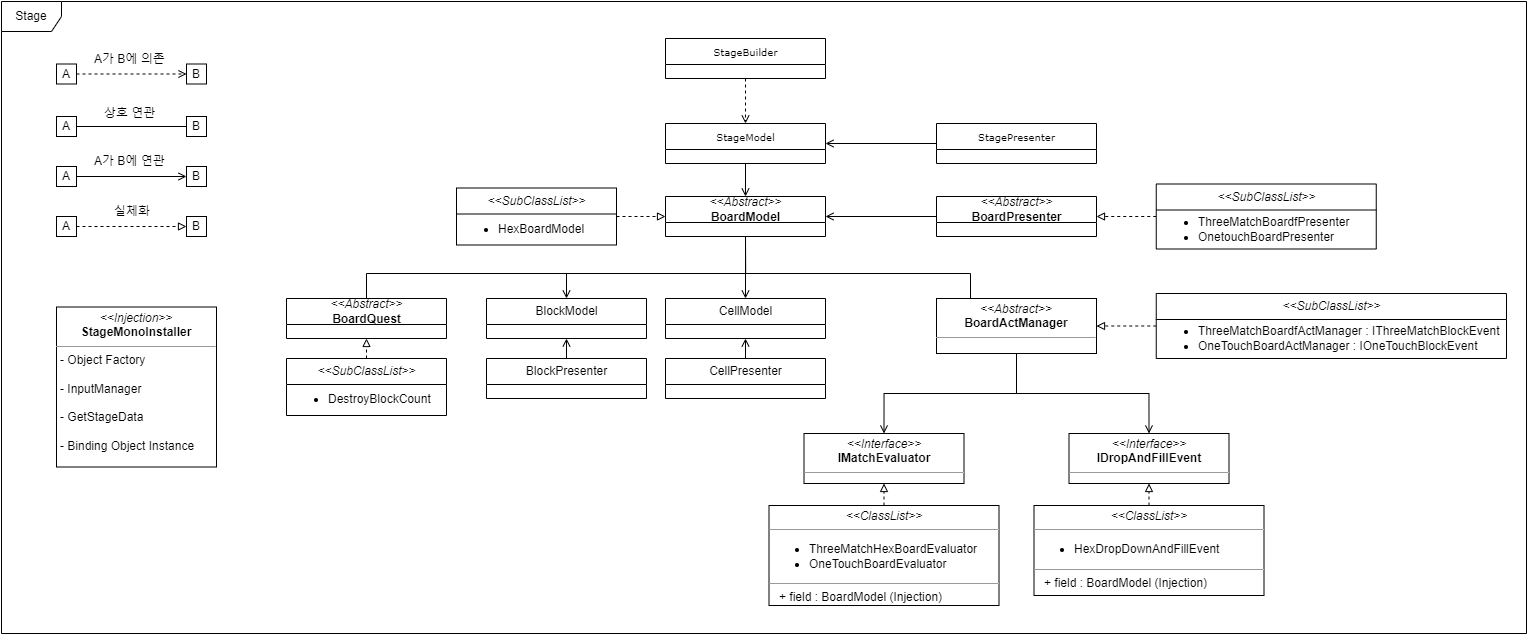
This is UML/CubicPuzzle_Stage.png from hns17/Sample_CubicPuzzle, a draw.io export, as it was before one commit. Source tidied: cells renumbered, new cells last; positions are measured from the earlier drawing's top-left corner, leaving out a move shared by most shapes.
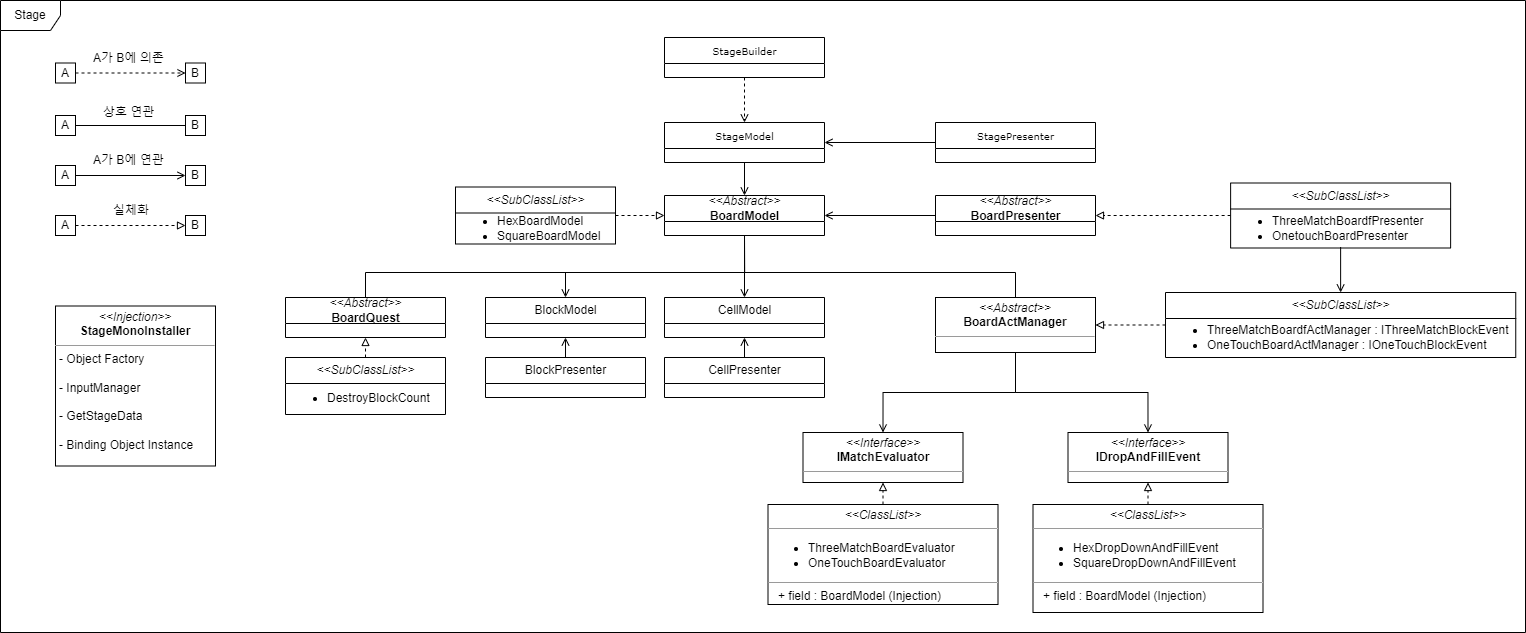
After the change.

What changed in the source:
```diff
@@ -26,7 +26,7 @@
       <mxGeometry relative="1" as="geometry">
         <Array as="points">
           <mxPoint x="744" y="272" />
-          <mxPoint x="969" y="272" />
+          <mxPoint x="1015" y="272" />
         </Array>
       </mxGeometry>
     </mxCell>
@@ -161,14 +161,14 @@
     <mxCell id="49" value="&lt;i style=&quot;font-family: Helvetica; font-size: 12px;&quot;&gt;&amp;lt;&amp;lt;SubClassList&amp;gt;&amp;gt;&lt;/i&gt;" style="swimlane;html=1;fontStyle=0;horizontal=1;startSize=26;fillColor=none;swimlaneFillColor=#ffffff;rounded=0;shadow=0;comic=0;labelBackgroundColor=none;strokeWidth=1;fontFamily=Verdana;fontSize=10;align=center;" parent="1" vertex="1">
       <mxGeometry x="455" y="186.5" width="160" height="57" as="geometry" />
     </mxCell>
-    <mxCell id="50" value="&lt;ul&gt;&lt;li&gt;HexBoardModel&lt;/li&gt;&lt;/ul&gt;" style="text;html=1;strokeColor=none;fillColor=none;align=left;verticalAlign=middle;whiteSpace=wrap;rounded=0;" parent="49" vertex="1">
+    <mxCell id="50" value="&lt;ul&gt;&lt;li&gt;HexBoardModel&lt;/li&gt;&lt;li&gt;SquareBoardModel&lt;/li&gt;&lt;/ul&gt;" style="text;html=1;strokeColor=none;fillColor=none;align=left;verticalAlign=middle;whiteSpace=wrap;rounded=0;" parent="49" vertex="1">
       <mxGeometry y="26" width="160" height="30" as="geometry" />
     </mxCell>
     <mxCell id="51" style="edgeStyle=orthogonalEdgeStyle;rounded=0;jettySize=auto;html=1;dashed=1;endArrow=block;endFill=0;strokeColor=default;" parent="1" edge="1" source="52" target="12">
       <mxGeometry relative="1" as="geometry" />
     </mxCell>
     <mxCell id="52" value="&lt;i style=&quot;font-family: Helvetica; font-size: 12px;&quot;&gt;&amp;lt;&amp;lt;SubClassList&amp;gt;&amp;gt;&lt;/i&gt;" style="swimlane;html=1;fontStyle=0;horizontal=1;startSize=26;fillColor=none;swimlaneFillColor=#ffffff;rounded=0;shadow=0;comic=0;labelBackgroundColor=none;strokeWidth=1;fontFamily=Verdana;fontSize=10;align=center;" parent="1" vertex="1">
-      <mxGeometry x="1154.8" y="182.5" width="220" height="65" as="geometry" />
+      <mxGeometry x="1230.1" y="182.5" width="220" height="65" as="geometry" />
     </mxCell>
     <mxCell id="53" value="&lt;ul&gt;&lt;li&gt;ThreeMatchBoardfPresenter&lt;/li&gt;&lt;li&gt;OnetouchBoardPresenter&lt;/li&gt;&lt;/ul&gt;" style="text;html=1;strokeColor=none;fillColor=none;align=left;verticalAlign=middle;whiteSpace=wrap;rounded=0;" parent="52" vertex="1">
       <mxGeometry y="26" width="220" height="38" as="geometry" />
@@ -177,16 +177,16 @@
       <mxGeometry relative="1" as="geometry" />
     </mxCell>
     <mxCell id="55" value="&lt;i style=&quot;font-family: Helvetica; font-size: 12px;&quot;&gt;&amp;lt;&amp;lt;SubClassList&amp;gt;&amp;gt;&lt;/i&gt;" style="swimlane;html=1;fontStyle=0;horizontal=1;startSize=26;fillColor=none;swimlaneFillColor=#ffffff;rounded=0;shadow=0;comic=0;labelBackgroundColor=none;strokeWidth=1;fontFamily=Verdana;fontSize=10;align=center;" parent="1" vertex="1">
-      <mxGeometry x="1154.8" y="292" width="350.2" height="65" as="geometry" />
+      <mxGeometry x="1165" y="292" width="350.2" height="65" as="geometry" />
     </mxCell>
     <mxCell id="56" value="&lt;ul&gt;&lt;li&gt;ThreeMatchBoardfActManager : IThreeMatchBlockEvent&lt;/li&gt;&lt;li&gt;OneTouchBoardActManager : IOneTouchBlockEvent&lt;/li&gt;&lt;/ul&gt;" style="text;html=1;strokeColor=none;fillColor=none;align=left;verticalAlign=middle;whiteSpace=wrap;rounded=0;" parent="55" vertex="1">
       <mxGeometry y="26" width="350.2" height="38" as="geometry" />
     </mxCell>
-    <mxCell id="57" value="&lt;p style=&quot;margin:0px;margin-top:4px;text-align:center;&quot;&gt;&lt;i&gt;&amp;lt;&amp;lt;ClassList&amp;gt;&amp;gt;&lt;/i&gt;&lt;/p&gt;&lt;hr size=&quot;1&quot;&gt;&lt;p style=&quot;margin:0px;margin-left:4px;&quot;&gt;&lt;/p&gt;&lt;ul&gt;&lt;li&gt;ThreeMatchHexBoardEvaluator&lt;/li&gt;&lt;li&gt;OneTouchBoardEvaluator&lt;/li&gt;&lt;/ul&gt;&lt;p&gt;&lt;/p&gt;&lt;hr size=&quot;1&quot;&gt;&lt;p style=&quot;margin:0px;margin-left:4px;&quot;&gt;&lt;/p&gt;&amp;nbsp; &amp;nbsp;+ field : BoardModel (Injection)&lt;br&gt;&lt;p&gt;&lt;/p&gt;" style="verticalAlign=top;align=left;overflow=fill;fontSize=12;fontFamily=Helvetica;html=1;" parent="1" vertex="1">
+    <mxCell id="57" value="&lt;p style=&quot;margin:0px;margin-top:4px;text-align:center;&quot;&gt;&lt;i&gt;&amp;lt;&amp;lt;ClassList&amp;gt;&amp;gt;&lt;/i&gt;&lt;/p&gt;&lt;hr size=&quot;1&quot;&gt;&lt;p style=&quot;margin:0px;margin-left:4px;&quot;&gt;&lt;/p&gt;&lt;ul&gt;&lt;li&gt;ThreeMatchBoardEvaluator&lt;/li&gt;&lt;li&gt;OneTouchBoardEvaluator&lt;/li&gt;&lt;/ul&gt;&lt;p&gt;&lt;/p&gt;&lt;hr size=&quot;1&quot;&gt;&lt;p style=&quot;margin:0px;margin-left:4px;&quot;&gt;&lt;/p&gt;&amp;nbsp; &amp;nbsp;+ field : BoardModel (Injection)&lt;br&gt;&lt;p&gt;&lt;/p&gt;" style="verticalAlign=top;align=left;overflow=fill;fontSize=12;fontFamily=Helvetica;html=1;" parent="1" vertex="1">
       <mxGeometry x="767.5" y="504" width="230" height="100" as="geometry" />
     </mxCell>
-    <mxCell id="58" value="&lt;p style=&quot;margin:0px;margin-top:4px;text-align:center;&quot;&gt;&lt;i&gt;&amp;lt;&amp;lt;ClassList&amp;gt;&amp;gt;&lt;/i&gt;&lt;/p&gt;&lt;hr size=&quot;1&quot;&gt;&lt;p style=&quot;margin:0px;margin-left:4px;&quot;&gt;&lt;/p&gt;&lt;ul&gt;&lt;li&gt;HexDropDownAndFillEvent&lt;br&gt;&lt;/li&gt;&lt;/ul&gt;&lt;p&gt;&lt;/p&gt;&lt;hr size=&quot;1&quot;&gt;&lt;p style=&quot;margin:0px;margin-left:4px;&quot;&gt;&lt;/p&gt;&amp;nbsp; &amp;nbsp;+ field : BoardModel (Injection)&lt;br&gt;&lt;p&gt;&lt;/p&gt;" style="verticalAlign=top;align=left;overflow=fill;fontSize=12;fontFamily=Helvetica;html=1;" parent="1" vertex="1">
-      <mxGeometry x="1032.5" y="504" width="230" height="90" as="geometry" />
+    <mxCell id="58" value="&lt;p style=&quot;margin:0px;margin-top:4px;text-align:center;&quot;&gt;&lt;i&gt;&amp;lt;&amp;lt;ClassList&amp;gt;&amp;gt;&lt;/i&gt;&lt;/p&gt;&lt;hr size=&quot;1&quot;&gt;&lt;p style=&quot;margin:0px;margin-left:4px;&quot;&gt;&lt;/p&gt;&lt;ul&gt;&lt;li&gt;HexDropDownAndFillEvent&lt;br&gt;&lt;/li&gt;&lt;li&gt;SquareDropDownAndFillEvent&lt;/li&gt;&lt;/ul&gt;&lt;p&gt;&lt;/p&gt;&lt;hr size=&quot;1&quot;&gt;&lt;p style=&quot;margin:0px;margin-left:4px;&quot;&gt;&lt;/p&gt;&amp;nbsp; &amp;nbsp;+ field : BoardModel (Injection)&lt;br&gt;&lt;p&gt;&lt;/p&gt;" style="verticalAlign=top;align=left;overflow=fill;fontSize=12;fontFamily=Helvetica;html=1;" parent="1" vertex="1">
+      <mxGeometry x="1032.5" y="504" width="230" height="108" as="geometry" />
     </mxCell>
     <mxCell id="59" value="&lt;i style=&quot;font-family: Helvetica; font-size: 12px;&quot;&gt;&amp;lt;&amp;lt;SubClassList&amp;gt;&amp;gt;&lt;/i&gt;" style="swimlane;html=1;fontStyle=0;horizontal=1;startSize=26;fillColor=none;swimlaneFillColor=#ffffff;rounded=0;shadow=0;comic=0;labelBackgroundColor=none;strokeWidth=1;fontFamily=Verdana;fontSize=10;align=center;" parent="1" vertex="1">
       <mxGeometry x="285" y="357" width="160" height="57" as="geometry" />
@@ -194,5 +194,8 @@
     <mxCell id="60" value="&lt;ul&gt;&lt;li&gt;DestroyBlockCount&lt;/li&gt;&lt;/ul&gt;" style="text;html=1;strokeColor=none;fillColor=none;align=left;verticalAlign=middle;whiteSpace=wrap;rounded=0;" parent="59" vertex="1">
       <mxGeometry y="26" width="160" height="30" as="geometry" />
     </mxCell>
+    <mxCell id="61" style="edgeStyle=orthogonalEdgeStyle;rounded=0;jettySize=auto;html=1;exitX=0.5;exitY=1;exitDx=0;exitDy=0;entryX=0.5;entryY=0;entryDx=0;entryDy=0;endArrow=open;endFill=0;" parent="1" edge="1" source="53" target="55">
+      <mxGeometry relative="1" as="geometry" />
+    </mxCell>
   </root>
 </mxGraphModel>
```
